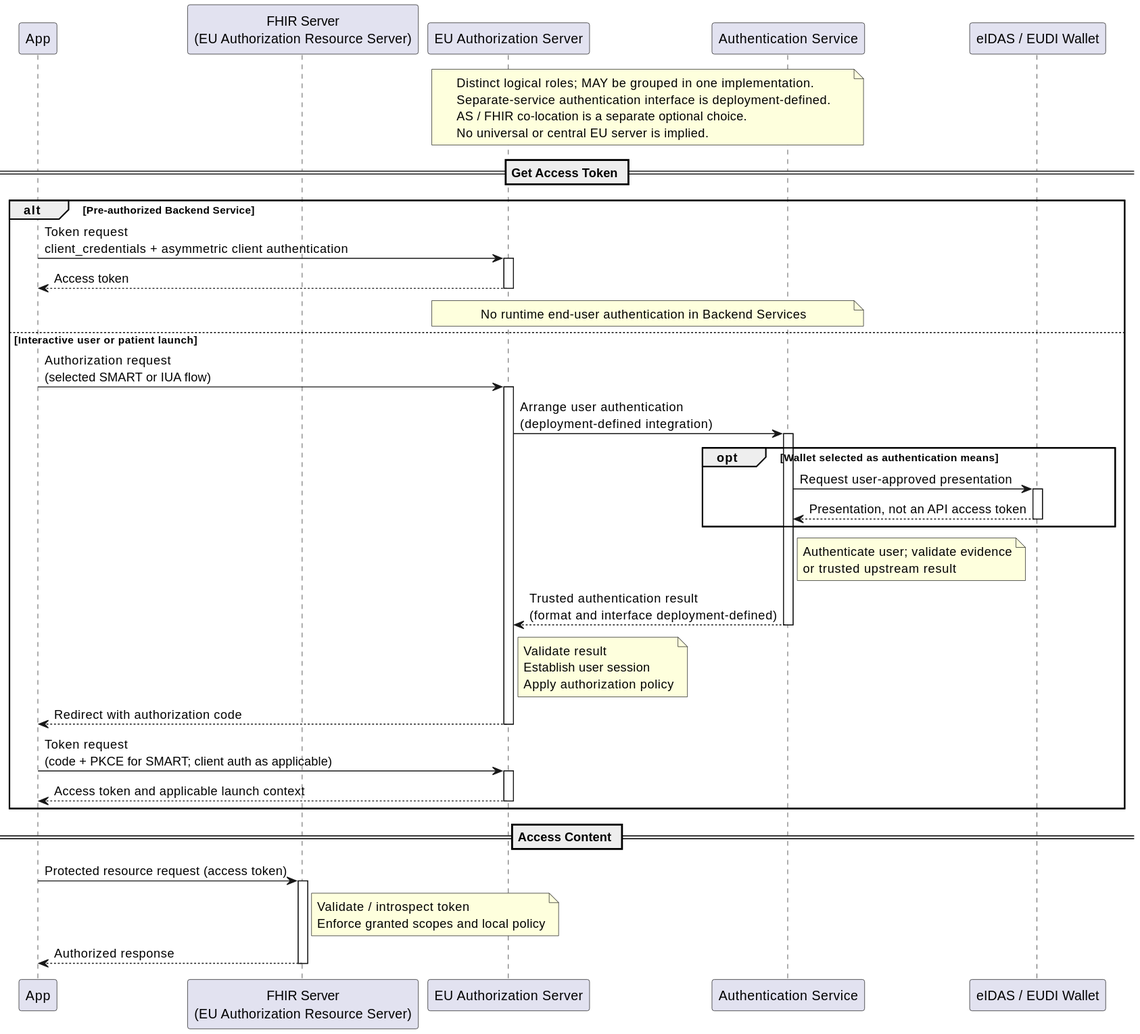
The PlantUML diagram input/includes/authorization-eidas-sequence.svg in euridice-org/eu-health-data-api, before a commit.
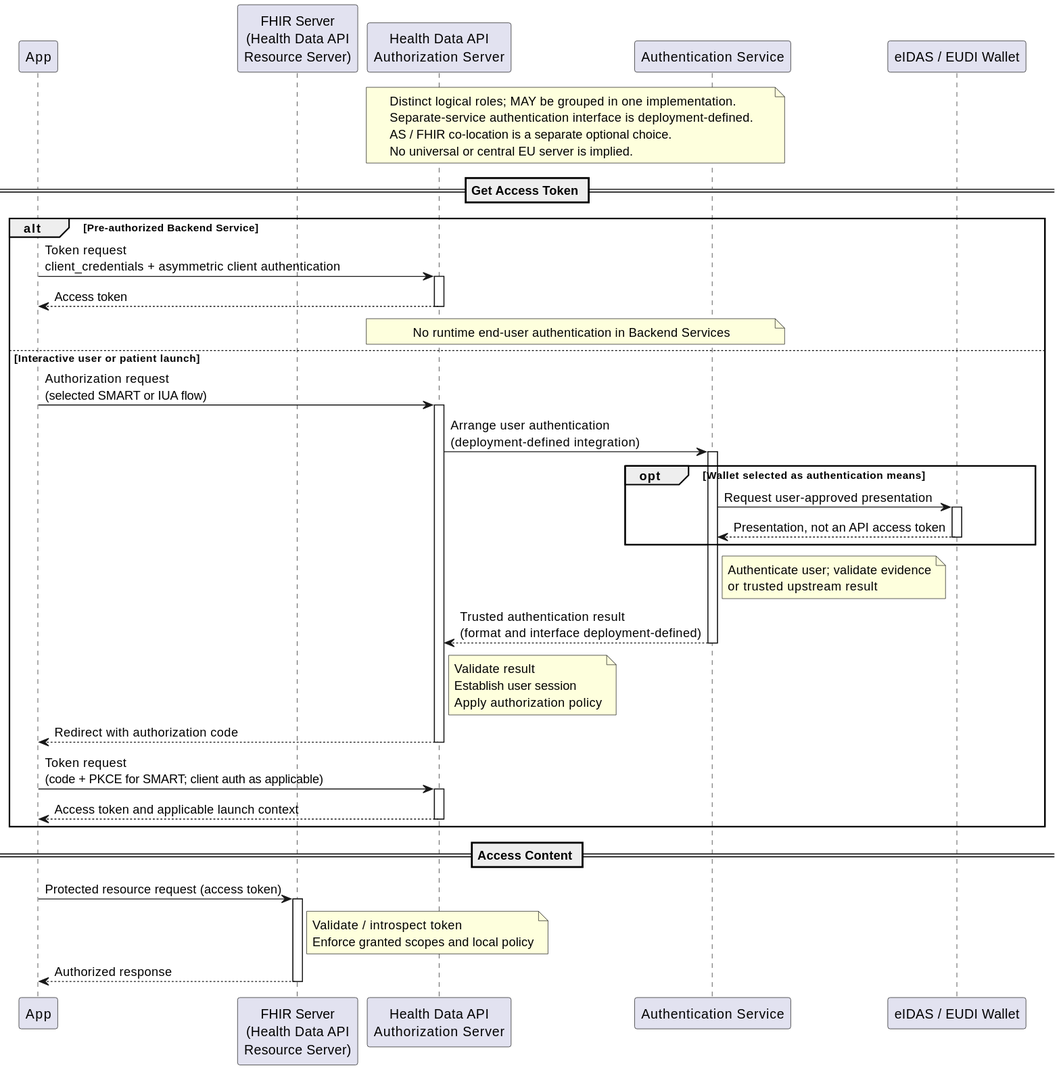
The same diagram one commit later.

What changed in the source:
```diff
@@ -2,8 +2,8 @@
 skinparam svgDimensionStyle false
 
 participant App
-participant "FHIR Server\n(EU Authorization Resource Server)" as FHIR
-participant "EU Authorization Server" as AS
+participant "FHIR Server\n(Health Data API\nResource Server)" as FHIR
+participant "Health Data API\nAuthorization Server" as AS
 participant "Authentication Service" as AuthN
 participant "eIDAS / EUDI Wallet" as eIDAS
 
```
